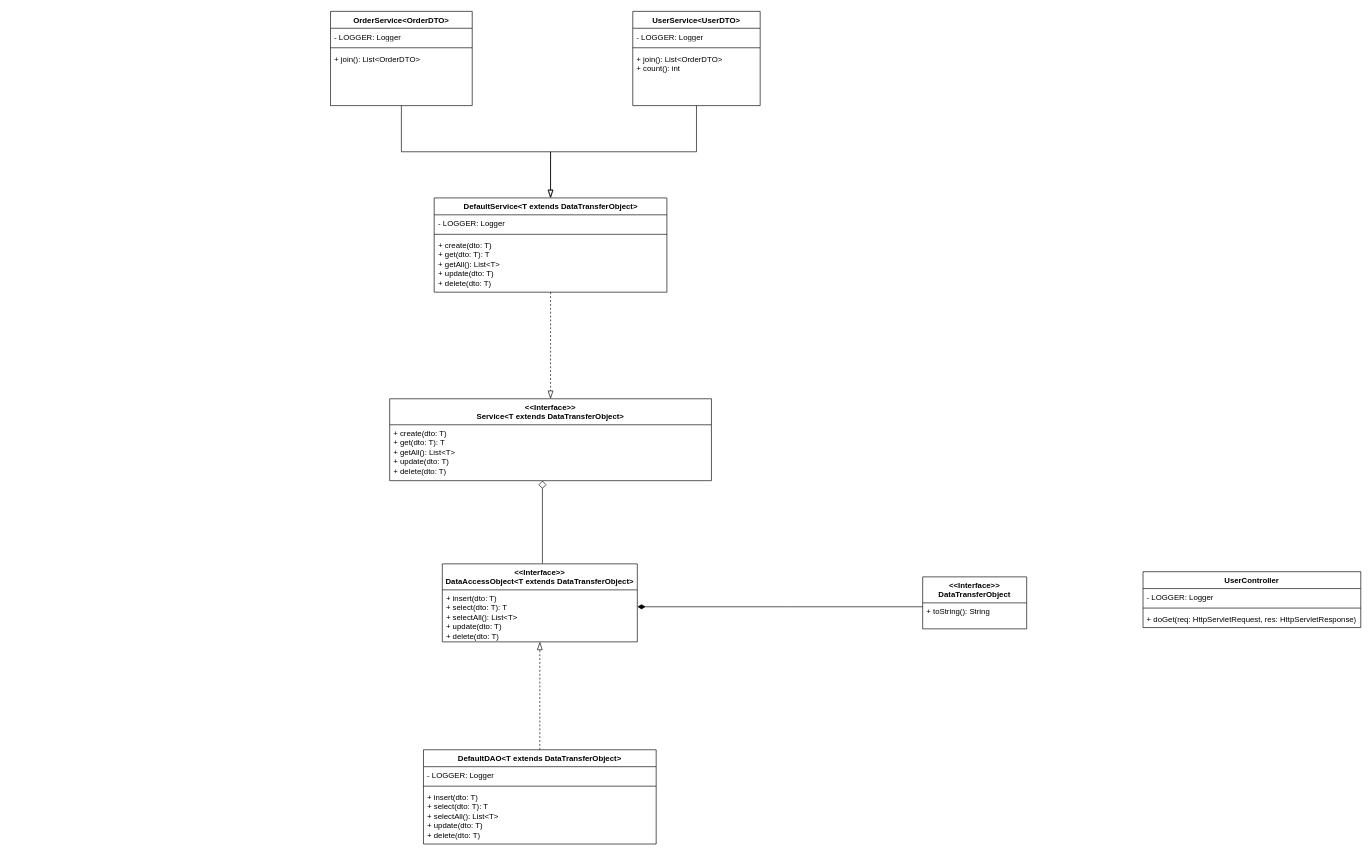
This is page "UML" (5 of 5) of farmstory.drawio from id3ntity99/farmstory, a draw.io file, before an edit. Source tidied: cells renumbered, new cells numbered last; positions are measured from the earlier drawing's top-left corner, leaving out a move shared by most shapes. Both pictures are drawn from the tidied source at 65%, with x=0, y=0 at pixel (330, 11).
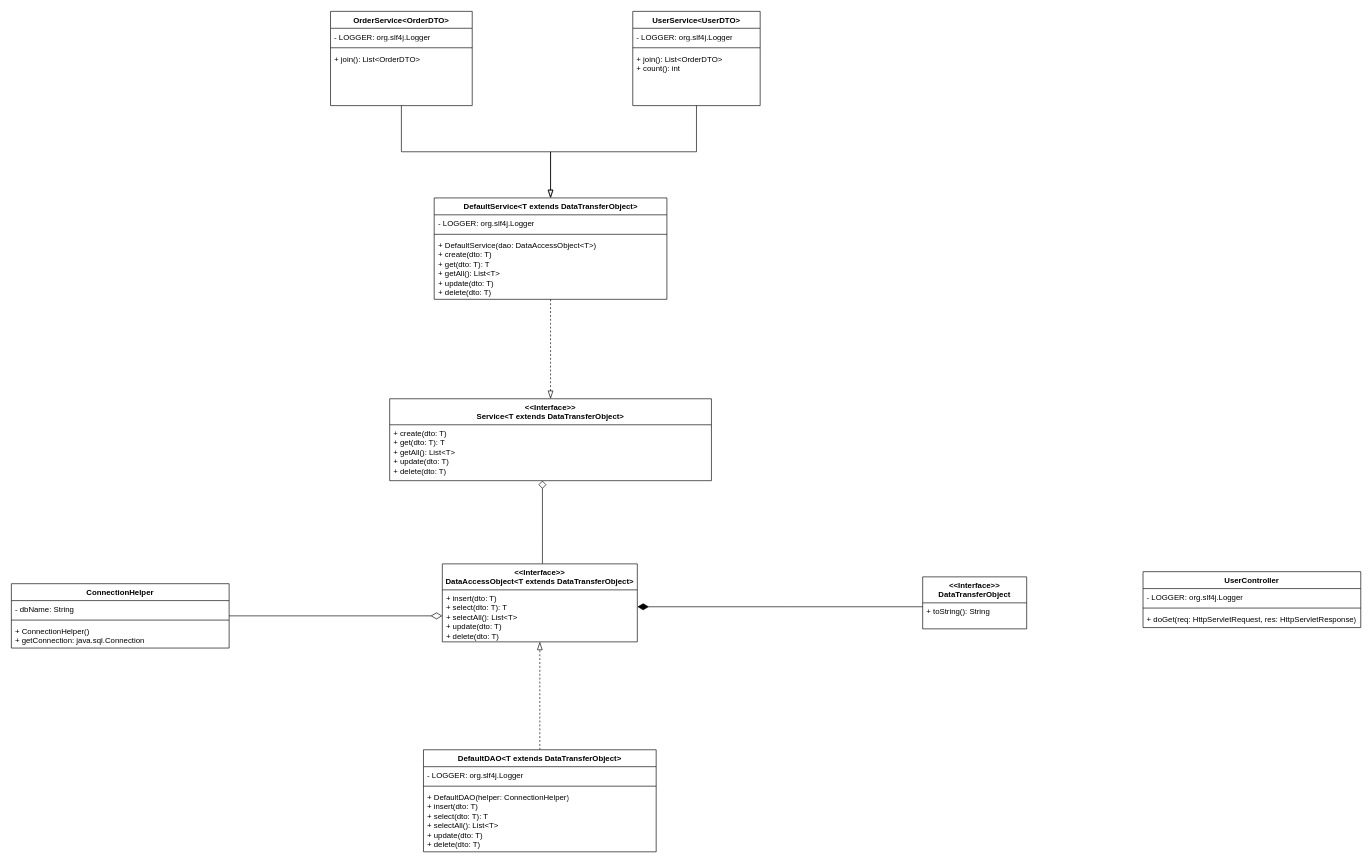
After the change.

Commit message:
Added constructor to some classes of UML

The change refers to these unchanged cells:
```xml
<mxCell id="5" value="&amp;lt;&amp;lt;Interface&amp;gt;&amp;gt;&lt;br&gt;DataAccessObject&amp;lt;T extends DataTransferObject&amp;gt;" style="swimlane;fontStyle=1;align=center;verticalAlign=top;horizontal=1;startSize=40;whiteSpace=wrap;html=1;" parent="1" vertex="1">
  <mxGeometry x="172" y="850" width="300" height="120" as="geometry" />
</mxCell>
<mxCell id="6" value="+ insert(dto: T)&lt;br&gt;+ select(dto: T): T&lt;br&gt;+ selectAll(): List&amp;lt;T&amp;gt;&lt;br&gt;+ update(dto: T)&lt;br&gt;+ delete(dto: T)" style="text;strokeColor=none;fillColor=none;align=left;verticalAlign=top;spacingLeft=4;spacingRight=4;overflow=hidden;points=[[0,0.5],[1,0.5]];portConstraint=eastwest;whiteSpace=wrap;html=1;" parent="5" vertex="1">
  <mxGeometry y="40" width="300" height="80" as="geometry" />
</mxCell>
<mxCell id="8" value="&amp;lt;&amp;lt;Interface&amp;gt;&amp;gt;&lt;br&gt;DataTransferObject" style="swimlane;fontStyle=1;align=center;verticalAlign=top;horizontal=1;startSize=40;whiteSpace=wrap;html=1;" parent="1" vertex="1">
  <mxGeometry x="911" y="870" width="160" height="80" as="geometry" />
</mxCell>
<mxCell id="10" value="UserController" style="swimlane;fontStyle=1;align=center;verticalAlign=top;horizontal=1;startSize=26;whiteSpace=wrap;html=1;" parent="1" vertex="1">
  <mxGeometry x="1250" y="862" width="335" height="86" as="geometry" />
</mxCell>
<mxCell id="25" value="OrderService&amp;lt;OrderDTO&amp;gt;" style="swimlane;fontStyle=1;align=center;verticalAlign=top;horizontal=1;startSize=26;whiteSpace=wrap;html=1;" parent="1" vertex="1">
  <mxGeometry width="218" height="145" as="geometry" />
</mxCell>
<mxCell id="30" value="UserService&amp;lt;UserDTO&amp;gt;" style="swimlane;fontStyle=1;align=center;verticalAlign=top;horizontal=1;startSize=26;whiteSpace=wrap;html=1;" parent="1" vertex="1">
  <mxGeometry x="465" width="196" height="145" as="geometry" />
</mxCell>
```

The edit, as a diff of the source:
```diff
@@
-    <mxCell id="7" style="edgeStyle=orthogonalEdgeStyle;rounded=0;jettySize=auto;html=1;endArrow=diamondThin;endFill=1;endSize=10;" parent="1" edge="1" source="8" target="5">
+    <mxCell id="7" style="edgeStyle=orthogonalEdgeStyle;rounded=0;jettySize=auto;html=1;endArrow=diamondThin;endFill=1;endSize=15;" parent="1" edge="1" source="8" target="5">
       <mxGeometry relative="1" as="geometry">
         <Array as="points">
           <mxPoint x="698" y="916" />
           <mxPoint x="698" y="916" />
         </Array>
       </mxGeometry>
     </mxCell>
@@
-    <mxCell id="11" value="- LOGGER: Logger" style="text;strokeColor=none;fillColor=none;align=left;verticalAlign=top;spacingLeft=4;spacingRight=4;overflow=hidden;whiteSpace=wrap;html=1;" parent="10" vertex="1">
+    <mxCell id="11" value="- LOGGER: org.slf4j.Logger" style="text;strokeColor=none;fillColor=none;align=left;verticalAlign=top;spacingLeft=4;spacingRight=4;overflow=hidden;whiteSpace=wrap;html=1;" parent="10" vertex="1">
       <mxGeometry y="26" width="335" height="26" as="geometry" />
     </mxCell>
@@
     <mxCell id="15" value="DefaultService&amp;lt;T extends DataTransferObject&amp;gt;" style="swimlane;fontStyle=1;align=center;verticalAlign=top;horizontal=1;startSize=26;whiteSpace=wrap;html=1;" parent="1" vertex="1">
-      <mxGeometry x="159.5" y="287" width="358" height="145" as="geometry" />
+      <mxGeometry x="159.5" y="287" width="358" height="156" as="geometry" />
     </mxCell>
-    <mxCell id="16" value="- LOGGER: Logger" style="text;strokeColor=none;fillColor=none;align=left;verticalAlign=top;spacingLeft=4;spacingRight=4;overflow=hidden;whiteSpace=wrap;html=1;" parent="15" vertex="1">
+    <mxCell id="16" value="- LOGGER: org.slf4j.Logger" style="text;strokeColor=none;fillColor=none;align=left;verticalAlign=top;spacingLeft=4;spacingRight=4;overflow=hidden;whiteSpace=wrap;html=1;" parent="15" vertex="1">
       <mxGeometry y="26" width="358" height="26" as="geometry" />
     </mxCell>
@@
-    <mxCell id="18" value="+ create(dto: T)&lt;div&gt;+ get(dto: T): T&lt;/div&gt;&lt;div&gt;+ getAll(): List&amp;lt;T&amp;gt;&lt;/div&gt;&lt;div&gt;+ update(dto: T)&lt;/div&gt;&lt;div&gt;+ delete(dto: T)&lt;/div&gt;" style="text;strokeColor=none;fillColor=none;align=left;verticalAlign=top;spacingLeft=4;spacingRight=4;overflow=hidden;whiteSpace=wrap;html=1;" parent="15" vertex="1">
-      <mxGeometry y="60" width="358" height="85" as="geometry" />
+    <mxCell id="18" value="&lt;div&gt;+ DefaultService(dao: DataAccessObject&amp;lt;T&amp;gt;)&lt;/div&gt;+ create(dto: T)&lt;div&gt;+ get(dto: T): T&lt;/div&gt;&lt;div&gt;+ getAll(): List&amp;lt;T&amp;gt;&lt;/div&gt;&lt;div&gt;+ update(dto: T)&lt;/div&gt;&lt;div&gt;+ delete(dto: T)&lt;/div&gt;" style="text;strokeColor=none;fillColor=none;align=left;verticalAlign=top;spacingLeft=4;spacingRight=4;overflow=hidden;whiteSpace=wrap;html=1;" parent="15" vertex="1">
+      <mxGeometry y="60" width="358" height="96" as="geometry" />
     </mxCell>
@@
     <mxCell id="20" value="DefaultDAO&amp;lt;T extends DataTransferObject&amp;gt;" style="swimlane;fontStyle=1;align=center;verticalAlign=top;horizontal=1;startSize=26;whiteSpace=wrap;html=1;" parent="1" vertex="1">
-      <mxGeometry x="143" y="1136" width="358" height="145" as="geometry" />
+      <mxGeometry x="143" y="1136" width="358" height="157" as="geometry" />
     </mxCell>
-    <mxCell id="21" value="- LOGGER: Logger" style="text;strokeColor=none;fillColor=none;align=left;verticalAlign=top;spacingLeft=4;spacingRight=4;overflow=hidden;whiteSpace=wrap;html=1;" parent="20" vertex="1">
+    <mxCell id="21" value="- LOGGER: org.slf4j.Logger" style="text;strokeColor=none;fillColor=none;align=left;verticalAlign=top;spacingLeft=4;spacingRight=4;overflow=hidden;whiteSpace=wrap;html=1;" parent="20" vertex="1">
       <mxGeometry y="26" width="358" height="26" as="geometry" />
     </mxCell>
@@
-    <mxCell id="23" value="+ insert(dto: T)&lt;div&gt;+ select(dto: T): T&lt;/div&gt;&lt;div&gt;+ selectAll(): List&amp;lt;T&amp;gt;&lt;/div&gt;&lt;div&gt;+ update(dto: T)&lt;/div&gt;&lt;div&gt;+ delete(dto: T)&lt;/div&gt;" style="text;strokeColor=none;fillColor=none;align=left;verticalAlign=top;spacingLeft=4;spacingRight=4;overflow=hidden;whiteSpace=wrap;html=1;" parent="20" vertex="1">
-      <mxGeometry y="60" width="358" height="85" as="geometry" />
+    <mxCell id="23" value="&lt;div&gt;+ DefaultDAO(helper: ConnectionHelper)&lt;/div&gt;+ insert(dto: T)&lt;div&gt;+ select(dto: T): T&lt;/div&gt;&lt;div&gt;+ selectAll(): List&amp;lt;T&amp;gt;&lt;/div&gt;&lt;div&gt;+ update(dto: T)&lt;/div&gt;&lt;div&gt;+ delete(dto: T)&lt;/div&gt;" style="text;strokeColor=none;fillColor=none;align=left;verticalAlign=top;spacingLeft=4;spacingRight=4;overflow=hidden;whiteSpace=wrap;html=1;" parent="20" vertex="1">
+      <mxGeometry y="60" width="358" height="97" as="geometry" />
     </mxCell>
@@
-    <mxCell id="26" value="- LOGGER: Logger" style="text;strokeColor=none;fillColor=none;align=left;verticalAlign=top;spacingLeft=4;spacingRight=4;overflow=hidden;whiteSpace=wrap;html=1;" parent="25" vertex="1">
+    <mxCell id="26" value="- LOGGER: org.slf4j.Logger" style="text;strokeColor=none;fillColor=none;align=left;verticalAlign=top;spacingLeft=4;spacingRight=4;overflow=hidden;whiteSpace=wrap;html=1;" parent="25" vertex="1">
       <mxGeometry y="26" width="218" height="26" as="geometry" />
     </mxCell>
@@
-    <mxCell id="31" value="- LOGGER: Logger" style="text;strokeColor=none;fillColor=none;align=left;verticalAlign=top;spacingLeft=4;spacingRight=4;overflow=hidden;whiteSpace=wrap;html=1;" parent="30" vertex="1">
+    <mxCell id="31" value="- LOGGER: org.slf4j.Logger" style="text;strokeColor=none;fillColor=none;align=left;verticalAlign=top;spacingLeft=4;spacingRight=4;overflow=hidden;whiteSpace=wrap;html=1;" parent="30" vertex="1">
       <mxGeometry y="26" width="196" height="26" as="geometry" />
     </mxCell>
@@
+    <mxCell id="34" style="edgeStyle=orthogonalEdgeStyle;rounded=0;jettySize=auto;html=1;endArrow=diamondThin;endFill=0;endSize=15;" parent="1" edge="1" source="35" target="6">
+      <mxGeometry relative="1" as="geometry" />
+    </mxCell>
+    <mxCell id="35" value="ConnectionHelper" style="swimlane;fontStyle=1;align=center;verticalAlign=top;horizontal=1;startSize=26;whiteSpace=wrap;html=1;" parent="1" vertex="1">
+      <mxGeometry x="-491" y="880.5" width="335" height="99" as="geometry" />
+    </mxCell>
+    <mxCell id="36" value="- dbName: String" style="text;strokeColor=none;fillColor=none;align=left;verticalAlign=top;spacingLeft=4;spacingRight=4;overflow=hidden;whiteSpace=wrap;html=1;" parent="35" vertex="1">
+      <mxGeometry y="26" width="335" height="26" as="geometry" />
+    </mxCell>
+    <mxCell id="37" style="line;strokeWidth=1;fillColor=none;align=left;verticalAlign=middle;spacingTop=-1;spacingLeft=3;spacingRight=3;labelPosition=right;strokeColor=inherit;" parent="35" vertex="1">
+      <mxGeometry y="52" width="335" height="8" as="geometry" />
+    </mxCell>
+    <mxCell id="38" value="&lt;div&gt;+ ConnectionHelper()&lt;/div&gt;+ getConnection: java.sql.Connection" style="text;strokeColor=none;fillColor=none;align=left;verticalAlign=top;spacingLeft=4;spacingRight=4;overflow=hidden;whiteSpace=wrap;html=1;" parent="35" vertex="1">
+      <mxGeometry y="60" width="335" height="39" as="geometry" />
+    </mxCell>
```
